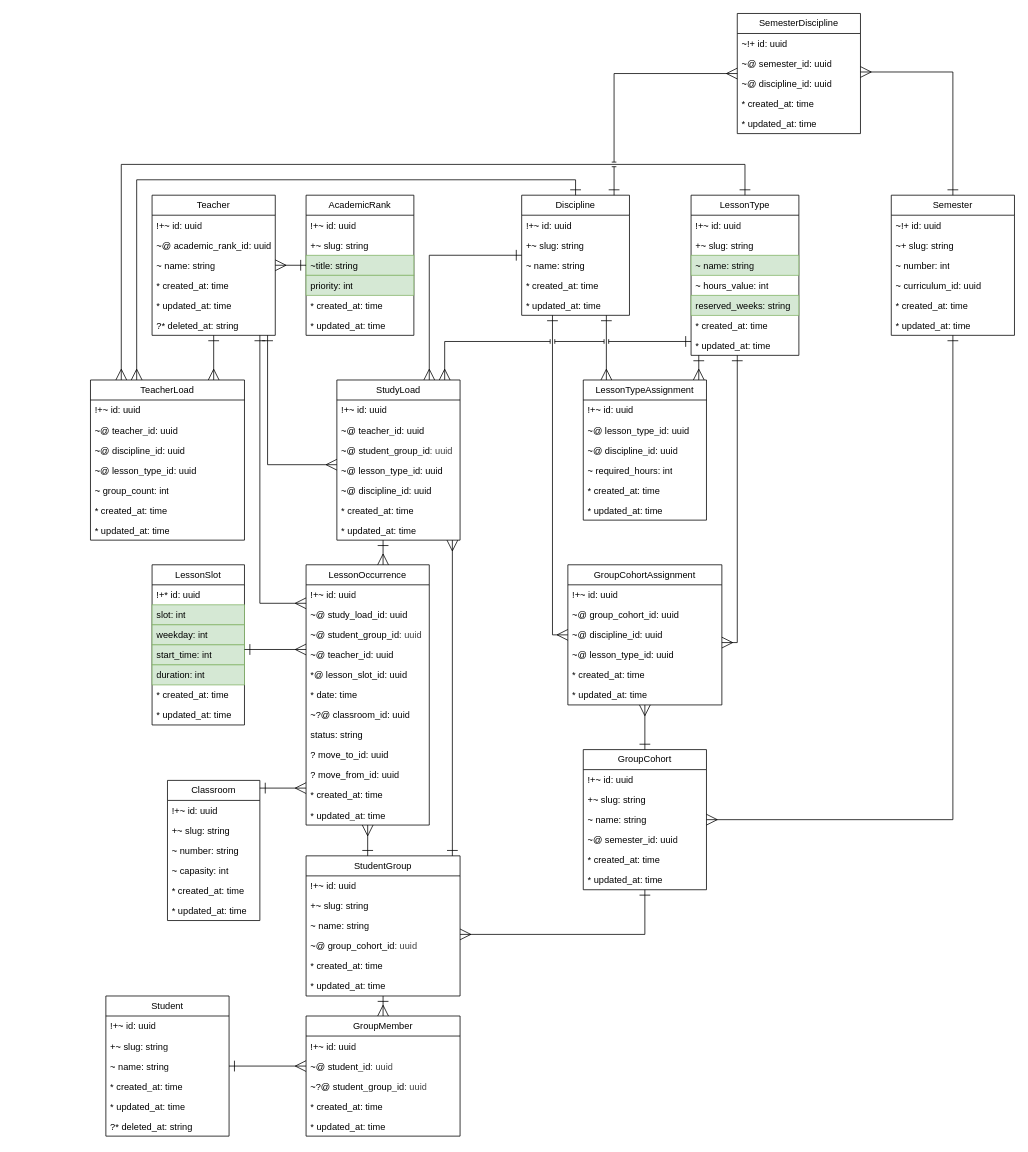
Before: page "Schedule" (5 of 11) of docs/entity_relationship.drawio in IrusHunter/duckademic, a draw.io diagram. Source tidied: cells renumbered, new cells numbered last; positions are measured from the earlier drawing's top-left corner, leaving out a move shared by most shapes. Both pictures are drawn from the tidied source at 77%, with x=0, y=0 at pixel (90, 13).
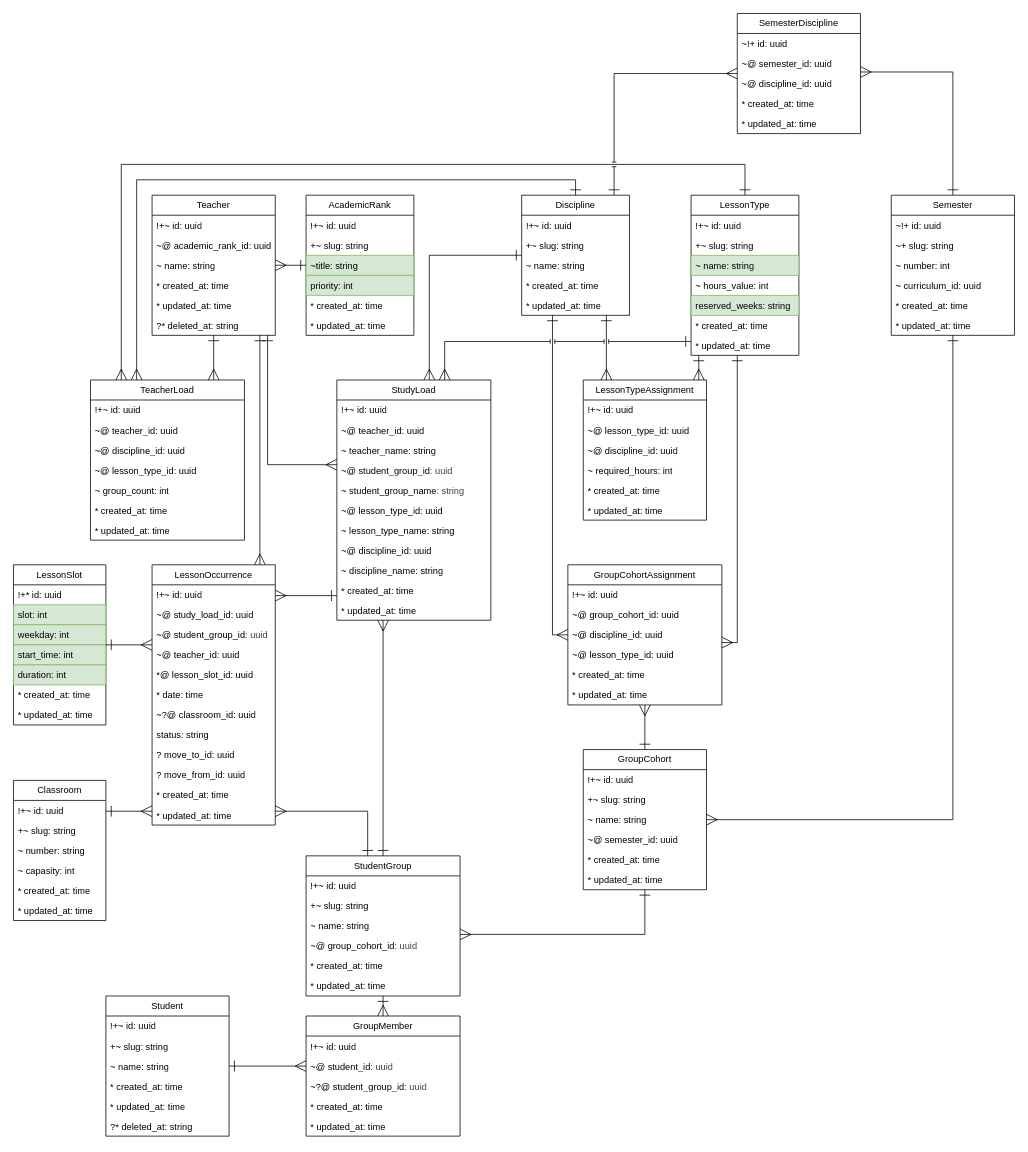
The same page after the edit.

Unchanged cells that the change refers to:
```xml
<mxCell id="9" value="Teacher" style="swimlane;fontStyle=0;horizontal=1;startSize=26;fillColor=none;whiteSpace=wrap;html=1;" parent="1" vertex="1">
  <mxGeometry x="80" y="236" width="160" height="182" as="geometry" />
</mxCell>
<mxCell id="47" value="StudentGroup" style="swimlane;fontStyle=0;horizontal=1;startSize=26;fillColor=none;whiteSpace=wrap;html=1;" parent="1" vertex="1">
  <mxGeometry x="280" y="1094" width="200" height="182" as="geometry" />
</mxCell>
```

What changed in the source:
```diff
@@
     <mxCell id="91" value="Classroom" style="swimlane;fontStyle=0;horizontal=1;startSize=26;fillColor=none;whiteSpace=wrap;html=1;" parent="1" vertex="1">
-      <mxGeometry x="100" y="996" width="120" height="182" as="geometry" />
+      <mxGeometry x="-100" y="996" width="120" height="182" as="geometry" />
     </mxCell>
@@
     <mxCell id="98" value="StudyLoad" style="swimlane;fontStyle=0;horizontal=1;startSize=26;fillColor=none;whiteSpace=wrap;html=1;" parent="1" vertex="1">
-      <mxGeometry x="320" y="476" width="160" height="208" as="geometry" />
+      <mxGeometry x="320" y="476" width="200" height="312" as="geometry" />
     </mxCell>
     <mxCell id="99" value="!+~ id: uuid" style="text;strokeColor=none;fillColor=none;align=left;verticalAlign=top;spacingLeft=4;spacingRight=4;overflow=hidden;whiteSpace=wrap;html=1;" parent="98" vertex="1">
-      <mxGeometry y="26" width="160" height="26" as="geometry" />
+      <mxGeometry y="26" width="200" height="26" as="geometry" />
     </mxCell>
     <mxCell id="100" value="~@ teacher_id: uuid" style="text;strokeColor=none;fillColor=none;align=left;verticalAlign=top;spacingLeft=4;spacingRight=4;overflow=hidden;whiteSpace=wrap;html=1;" parent="98" vertex="1">
-      <mxGeometry y="52" width="160" height="26" as="geometry" />
+      <mxGeometry y="52" width="200" height="26" as="geometry" />
     </mxCell>
+    <mxCell id="152" value="~ teacher_name: string" style="text;strokeColor=none;fillColor=none;align=left;verticalAlign=top;spacingLeft=4;spacingRight=4;overflow=hidden;whiteSpace=wrap;html=1;" parent="98" vertex="1">
+      <mxGeometry y="78" width="200" height="26" as="geometry" />
+    </mxCell>
     <mxCell id="101" value="~@ student_group_id&lt;span style=&quot;color: rgb(63, 63, 63); background-color: transparent;&quot;&gt;: uuid&lt;/span&gt;" style="text;align=left;verticalAlign=top;spacingLeft=4;spacingRight=4;overflow=hidden;whiteSpace=wrap;html=1;" parent="98" vertex="1">
-      <mxGeometry y="78" width="160" height="26" as="geometry" />
+      <mxGeometry y="104" width="200" height="26" as="geometry" />
     </mxCell>
+    <mxCell id="153" value="~ student_group_name&lt;span style=&quot;color: rgb(63, 63, 63); background-color: transparent;&quot;&gt;: string&lt;/span&gt;" style="text;align=left;verticalAlign=top;spacingLeft=4;spacingRight=4;overflow=hidden;whiteSpace=wrap;html=1;" parent="98" vertex="1">
+      <mxGeometry y="130" width="200" height="26" as="geometry" />
+    </mxCell>
     <mxCell id="102" value="~@ lesson_type_id: uuid" style="text;strokeColor=none;fillColor=none;align=left;verticalAlign=top;spacingLeft=4;spacingRight=4;overflow=hidden;whiteSpace=wrap;html=1;" parent="98" vertex="1">
-      <mxGeometry y="104" width="160" height="26" as="geometry" />
+      <mxGeometry y="156" width="200" height="26" as="geometry" />
     </mxCell>
+    <mxCell id="154" value="~ lesson_type_name: string" style="text;strokeColor=none;fillColor=none;align=left;verticalAlign=top;spacingLeft=4;spacingRight=4;overflow=hidden;whiteSpace=wrap;html=1;" parent="98" vertex="1">
+      <mxGeometry y="182" width="200" height="26" as="geometry" />
+    </mxCell>
     <mxCell id="103" value="~@ discipline_id: uuid" style="text;strokeColor=none;fillColor=none;align=left;verticalAlign=top;spacingLeft=4;spacingRight=4;overflow=hidden;whiteSpace=wrap;html=1;" parent="98" vertex="1">
-      <mxGeometry y="130" width="160" height="26" as="geometry" />
+      <mxGeometry y="208" width="200" height="26" as="geometry" />
     </mxCell>
+    <mxCell id="155" value="~ discipline_name: string" style="text;strokeColor=none;fillColor=none;align=left;verticalAlign=top;spacingLeft=4;spacingRight=4;overflow=hidden;whiteSpace=wrap;html=1;" parent="98" vertex="1">
+      <mxGeometry y="234" width="200" height="26" as="geometry" />
+    </mxCell>
     <mxCell id="104" value="* created_at: time" style="text;strokeColor=none;fillColor=none;align=left;verticalAlign=top;spacingLeft=4;spacingRight=4;overflow=hidden;whiteSpace=wrap;html=1;" parent="98" vertex="1">
-      <mxGeometry y="156" width="160" height="26" as="geometry" />
+      <mxGeometry y="260" width="200" height="26" as="geometry" />
     </mxCell>
     <mxCell id="105" value="* updated_at: time" style="text;strokeColor=none;fillColor=none;align=left;verticalAlign=top;spacingLeft=4;spacingRight=4;overflow=hidden;whiteSpace=wrap;html=1;" parent="98" vertex="1">
-      <mxGeometry y="182" width="160" height="26" as="geometry" />
+      <mxGeometry y="286" width="200" height="26" as="geometry" />
     </mxCell>
@@
     <mxCell id="110" value="LessonSlot" style="swimlane;fontStyle=0;horizontal=1;startSize=26;fillColor=none;whiteSpace=wrap;html=1;" parent="1" vertex="1">
-      <mxGeometry x="80" y="716" width="120" height="208" as="geometry" />
+      <mxGeometry x="-100" y="716" width="120" height="208" as="geometry" />
     </mxCell>
@@
     <mxCell id="118" value="LessonOccurrence" style="swimlane;fontStyle=0;horizontal=1;startSize=26;fillColor=none;whiteSpace=wrap;html=1;" parent="1" vertex="1">
-      <mxGeometry x="280" y="716" width="160" height="338" as="geometry" />
+      <mxGeometry x="80" y="716" width="160" height="338" as="geometry" />
     </mxCell>
@@
     <mxCell id="131" style="edgeStyle=orthogonalEdgeStyle;html=1;startArrow=ERone;startFill=0;endArrow=ERmany;endFill=0;endSize=12;startSize=12;strokeWidth=1;rounded=0;curved=0;jumpStyle=line;" parent="1" edge="1" source="47" target="118">
       <mxGeometry relative="1" as="geometry">
         <Array as="points">
-          <mxPoint x="360" y="1066" />
-          <mxPoint x="360" y="1066" />
+          <mxPoint x="360" y="1036" />
         </Array>
       </mxGeometry>
     </mxCell>
     <mxCell id="132" style="edgeStyle=orthogonalEdgeStyle;html=1;startArrow=ERone;startFill=0;endArrow=ERmany;endFill=0;endSize=12;startSize=12;strokeWidth=1;rounded=0;curved=0;jumpStyle=line;" parent="1" edge="1" source="91" target="118">
       <mxGeometry relative="1" as="geometry">
         <Array as="points">
-          <mxPoint x="230" y="1006" />
-          <mxPoint x="230" y="1006" />
+          <mxPoint x="60" y="1036" />
+          <mxPoint x="60" y="1036" />
         </Array>
       </mxGeometry>
     </mxCell>
@@
     <mxCell id="134" style="edgeStyle=orthogonalEdgeStyle;html=1;startArrow=ERone;startFill=0;endArrow=ERmany;endFill=0;endSize=12;startSize=12;strokeWidth=1;rounded=0;curved=0;jumpStyle=line;" parent="1" edge="1" source="98" target="118">
       <mxGeometry relative="1" as="geometry">
         <Array as="points">
-          <mxPoint x="380" y="706" />
-          <mxPoint x="380" y="706" />
+          <mxPoint x="260" y="756" />
+          <mxPoint x="260" y="756" />
         </Array>
       </mxGeometry>
     </mxCell>
     <mxCell id="135" style="edgeStyle=orthogonalEdgeStyle;html=1;startArrow=ERone;startFill=0;endArrow=ERmany;endFill=0;endSize=12;startSize=12;strokeWidth=1;rounded=0;curved=0;jumpStyle=line;" parent="1" edge="1" source="9" target="118">
       <mxGeometry relative="1" as="geometry">
         <Array as="points">
-          <mxPoint x="220" y="766" />
+          <mxPoint x="220" y="566" />
+          <mxPoint x="220" y="566" />
         </Array>
       </mxGeometry>
     </mxCell>
```
